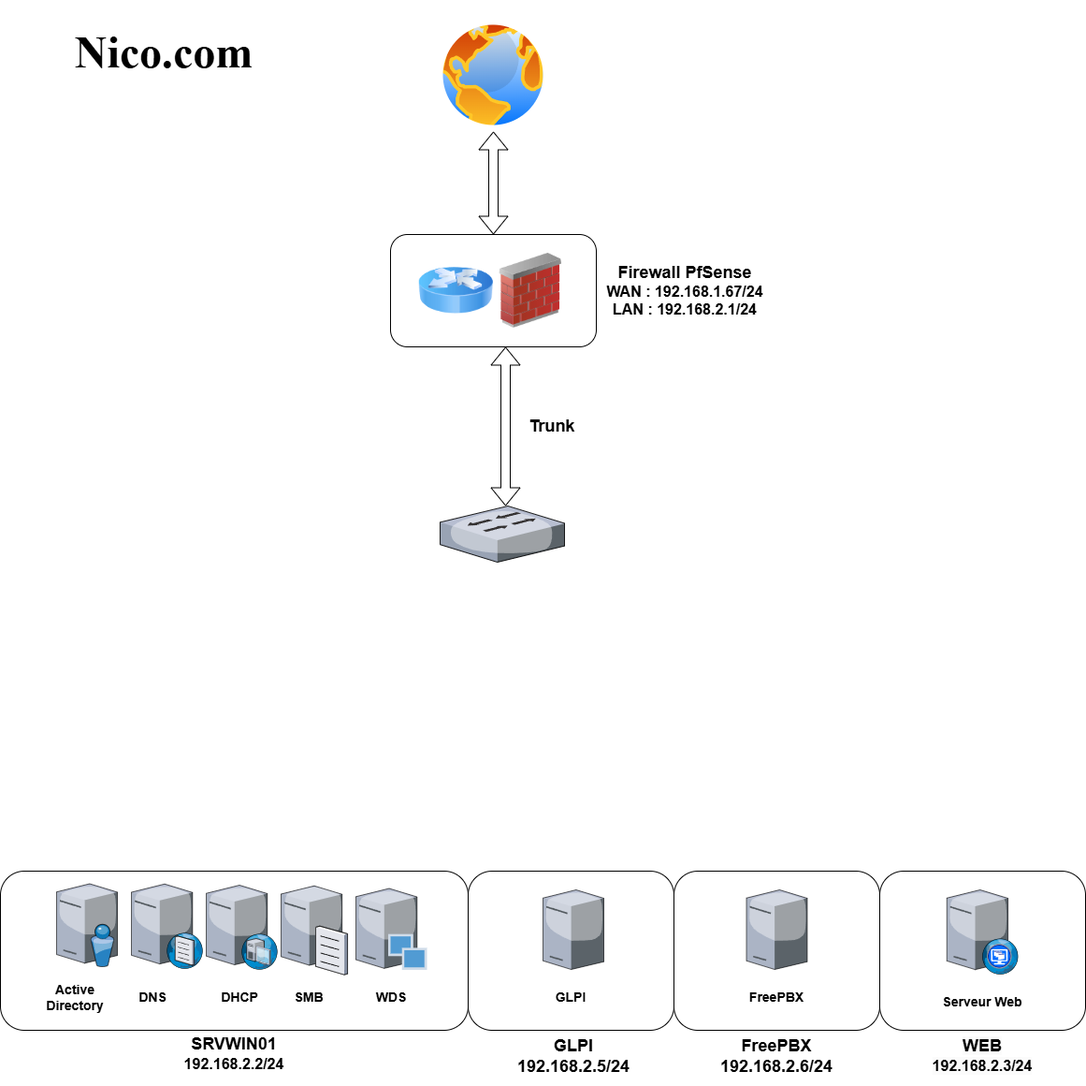
Before: Schéma Synoptique.png, a diagram exported from draw.io (Nicolas-M01/Nico.com). Source tidied: cells renumbered, new cells last; positions are measured from the earlier drawing's top-left corner, leaving out a move shared by most shapes.
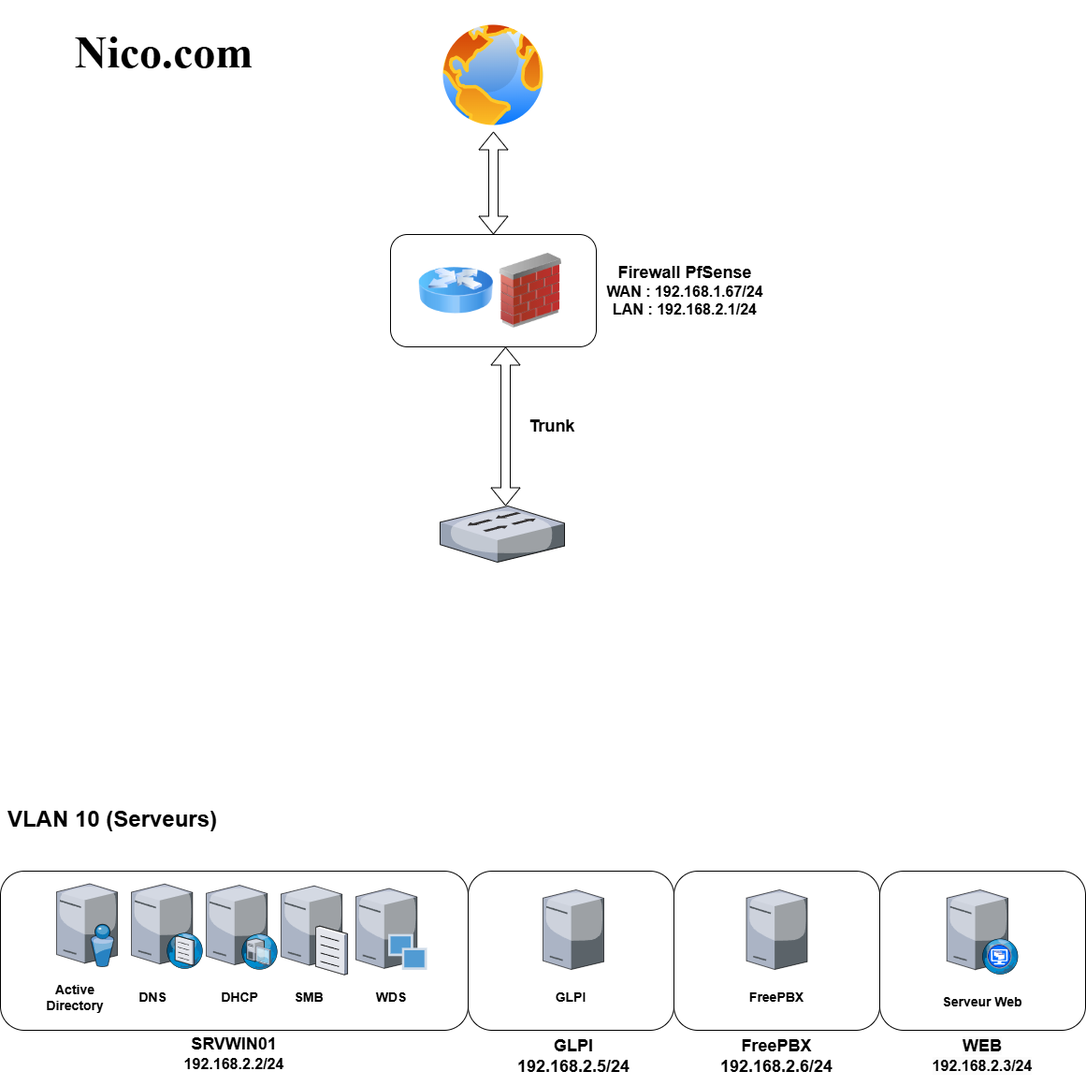
After the change.

Commit message:
Mettre à jour Schéma Synoptique.png

Change to the diagram source:
```diff
@@ -71,6 +71,12 @@
     <mxCell id="24" value="&lt;font style=&quot;font-size: 14px;&quot;&gt;&lt;b&gt;WDS&lt;/b&gt;&lt;/font&gt;" style="text;html=1;align=center;verticalAlign=middle;whiteSpace=wrap;rounded=0;" parent="12" vertex="1">
       <mxGeometry x="388" y="190" width="60" height="30" as="geometry" />
     </mxCell>
+    <mxCell id="42" value="&lt;font style=&quot;font-size: 24px;&quot;&gt;&lt;b&gt;VLAN 10 (Serveurs)&lt;/b&gt;&lt;/font&gt;" style="text;html=1;align=center;verticalAlign=middle;whiteSpace=wrap;rounded=0;" parent="12" vertex="1">
+      <mxGeometry width="240" height="30" as="geometry" />
+    </mxCell>
+    <mxCell id="43" style="edgeStyle=orthogonalEdgeStyle;rounded=0;orthogonalLoop=1;jettySize=auto;html=1;exitX=0.5;exitY=1;exitDx=0;exitDy=0;" parent="12" edge="1" source="42" target="42">
+      <mxGeometry relative="1" as="geometry" />
+    </mxCell>
     <mxCell id="25" style="verticalLabelPosition=bottom;sketch=0;html=1;verticalAlign=top;strokeColor=none;align=center;shape=mxgraph.citrix.switch;" parent="1" vertex="1">
       <mxGeometry x="470" y="540" width="133" height="60" as="geometry" />
     </mxCell>
```
